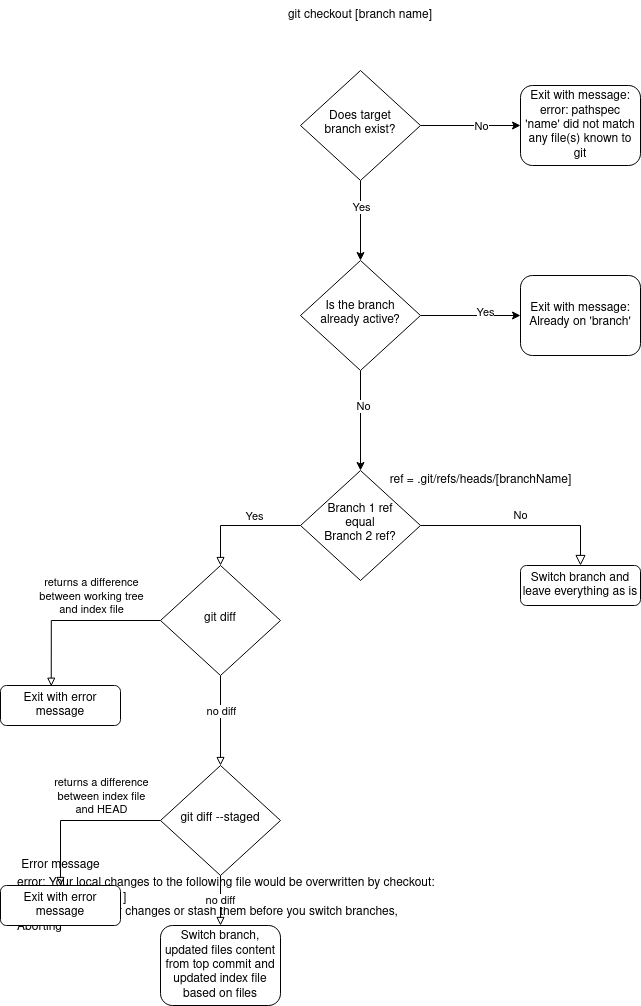
Above: docs/artifacts/images/git_checkout_switch_branch.png in varkiwi/git3-client (draw.io), before the change. Source tidied: cells renumbered, new cells last; positions are measured from the earlier drawing's top-left corner, leaving out a move shared by most shapes.
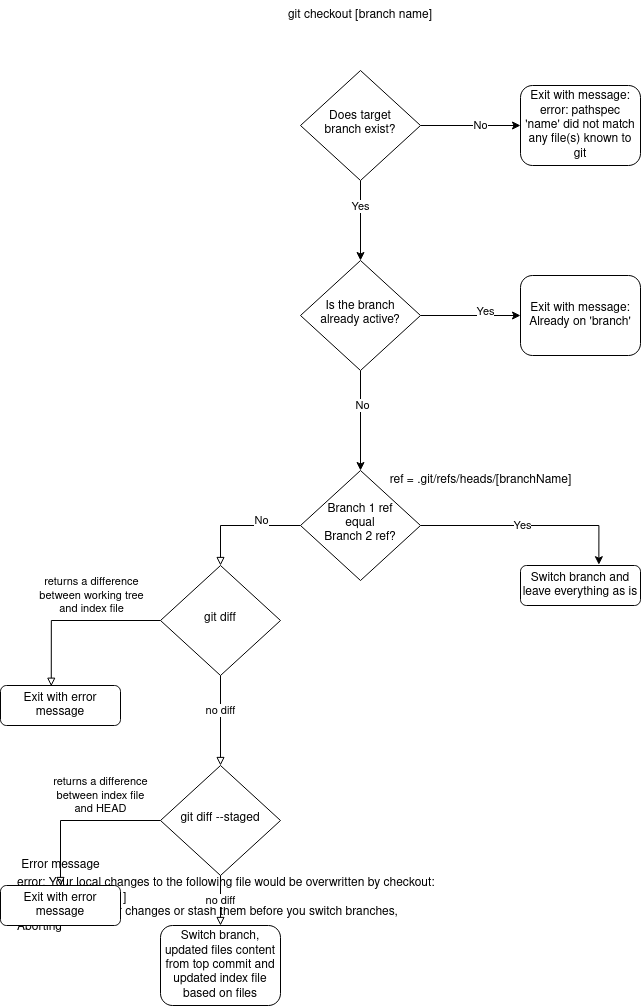
The same file after the commit.

Commit message:
Switch branch when hashes are the same

What changed in the source:
```diff
@@ -2,16 +2,19 @@
   <root>
     <mxCell id="0" />
     <mxCell id="1" parent="0" />
+    <mxCell id="3" style="edgeStyle=orthogonalEdgeStyle;rounded=0;jettySize=auto;html=1;entryX=0.5;entryY=0;entryDx=0;entryDy=0;endArrow=block;endFill=0;" parent="1" edge="1" source="5" target="13">
+      <mxGeometry relative="1" as="geometry" />
+    </mxCell>
-    <mxCell id="2" value="No" style="edgeStyle=orthogonalEdgeStyle;rounded=0;html=1;jettySize=auto;fontSize=11;endArrow=block;endFill=0;endSize=8;strokeWidth=1;shadow=0;labelBackgroundColor=none;entryX=0.5;entryY=0;entryDx=0;entryDy=0;" parent="1" edge="1" source="5" target="6">
-      <mxGeometry y="10" relative="1" as="geometry" />
+    <mxCell id="2" value="No" style="edgeLabel;html=1;align=center;verticalAlign=middle;" parent="3" vertex="1">
+      <mxGeometry x="-0.05" y="-1" relative="1" as="geometry">
+        <mxPoint x="17" y="-4" as="offset" />
+      </mxGeometry>
     </mxCell>
-    <mxCell id="3" style="edgeStyle=orthogonalEdgeStyle;rounded=0;jettySize=auto;html=1;entryX=0.5;entryY=0;entryDx=0;entryDy=0;endArrow=block;endFill=0;" parent="1" edge="1" source="5" target="13">
-      <mxGeometry relative="1" as="geometry" />
-    </mxCell>
+    <mxCell id="35" style="edgeStyle=orthogonalEdgeStyle;rounded=0;jettySize=auto;html=1;entryX=0.653;entryY=-0.02;entryDx=0;entryDy=0;entryPerimeter=0;" parent="1" edge="1" source="5" target="6">
+      <mxGeometry relative="1" as="geometry" />
+    </mxCell>
-    <mxCell id="4" value="Yes" style="edgeLabel;html=1;align=center;verticalAlign=middle;" parent="3" vertex="1">
-      <mxGeometry x="0.12" y="-2" relative="1" as="geometry">
-        <mxPoint x="20" y="-8" as="offset" />
-      </mxGeometry>
+    <mxCell id="4" value="Yes" style="edgeLabel;html=1;align=center;verticalAlign=middle;" parent="35" vertex="1">
+      <mxGeometry x="-0.07" relative="1" as="geometry" />
     </mxCell>
     <mxCell id="5" value="&lt;div&gt;Branch 1 ref &lt;br&gt;&lt;/div&gt;&lt;div&gt;equal&lt;/div&gt;&lt;div&gt;Branch 2 ref?&lt;br&gt;&lt;/div&gt;" style="rhombus;whiteSpace=wrap;html=1;shadow=0;fontFamily=Helvetica;fontSize=12;align=center;strokeWidth=1;spacing=6;spacingTop=-4;" parent="1" vertex="1">
       <mxGeometry x="300" y="470" width="120" height="110" as="geometry" />
```
